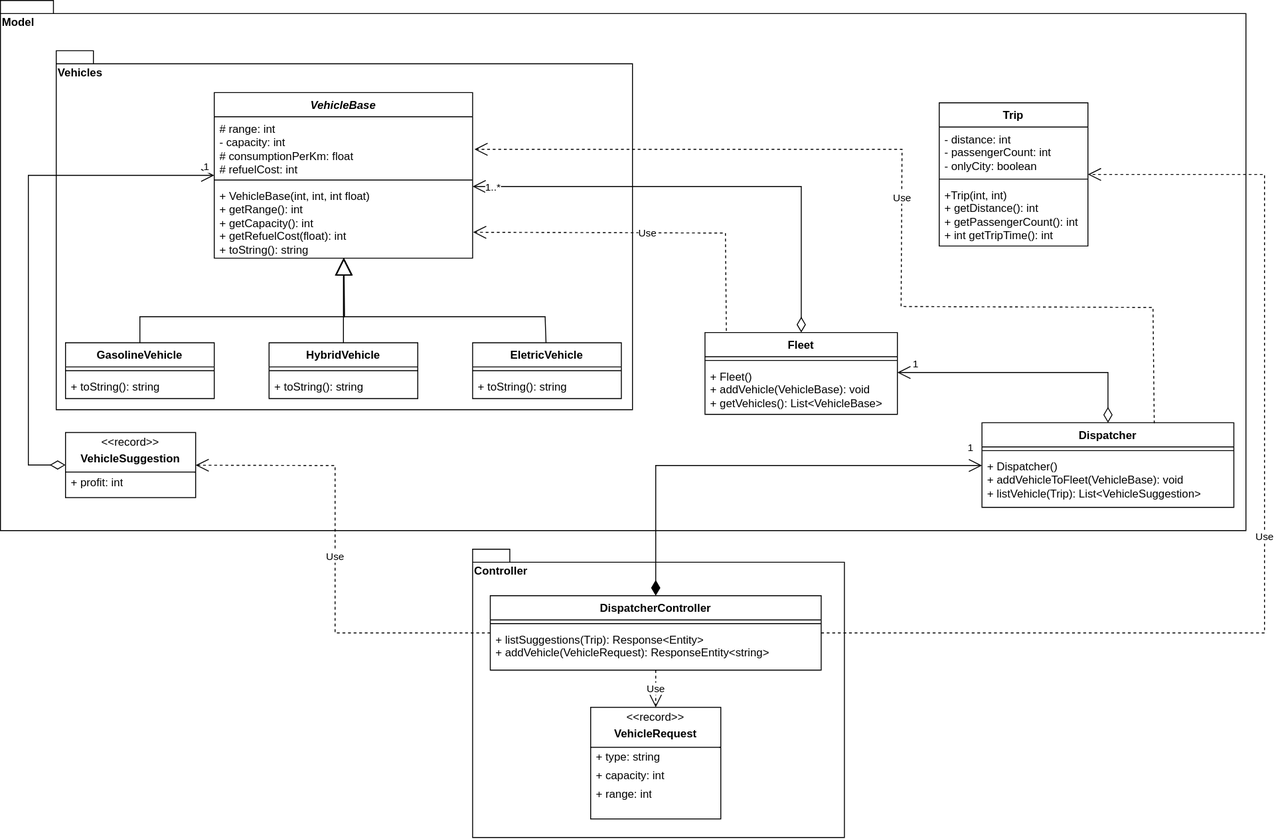
Earlier version of the draw.io export ClassDiagram.svg (csnorbi11/SoftDevInternAssignment). Source tidied: cells renumbered, new cells last; positions are measured from the earlier drawing's top-left corner, leaving out a move shared by most shapes.
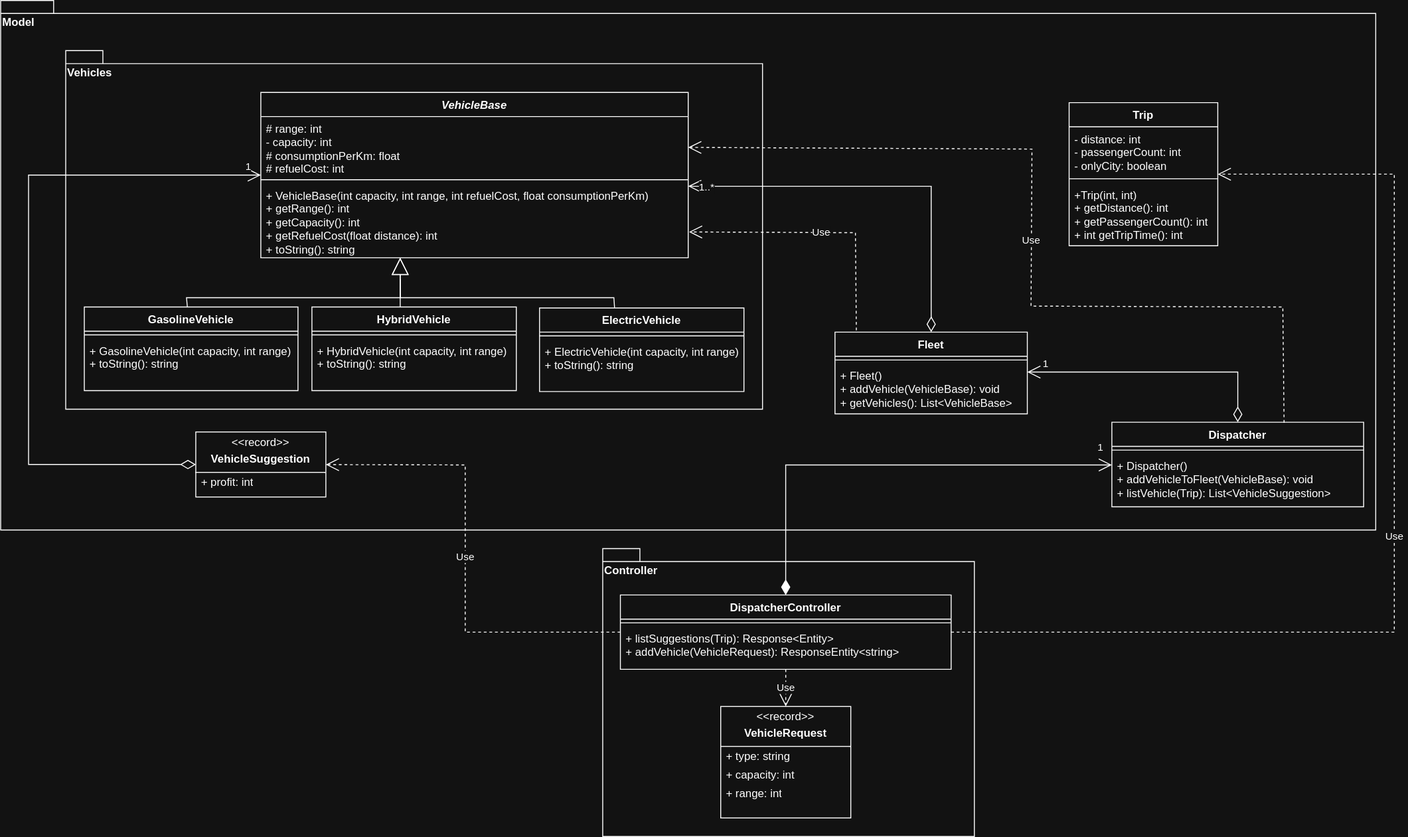
Later version of the same file.

Commit message:
classdiagram updated readme.md almost done

What changed in the source:
```diff
@@ -6,10 +6,10 @@
       <mxGeometry x="508" y="590" width="400" height="310" as="geometry" />
     </mxCell>
     <mxCell id="3" value="Model" style="shape=folder;fontStyle=1;spacingTop=10;tabWidth=40;tabHeight=14;tabPosition=left;html=1;whiteSpace=wrap;verticalAlign=top;align=left;" parent="1" vertex="1">
-      <mxGeometry width="1340" height="570" as="geometry" />
+      <mxGeometry x="-140" width="1480" height="570" as="geometry" />
     </mxCell>
     <mxCell id="4" value="Vehicles" style="shape=folder;fontStyle=1;spacingTop=10;tabWidth=40;tabHeight=14;tabPosition=left;html=1;whiteSpace=wrap;align=left;verticalAlign=top;" parent="1" vertex="1">
-      <mxGeometry x="60" y="54" width="620" height="386" as="geometry" />
+      <mxGeometry x="-70" y="54" width="750" height="386" as="geometry" />
     </mxCell>
     <mxCell id="5" value="Trip" style="swimlane;fontStyle=1;align=center;verticalAlign=top;horizontal=1;startSize=26;whiteSpace=wrap;html=1;" parent="1" vertex="1">
       <mxGeometry x="1010" y="110" width="160" height="154" as="geometry" />
@@ -42,16 +42,16 @@
       <mxGeometry y="34" width="271" height="57" as="geometry" />
     </mxCell>
     <mxCell id="15" value="&lt;i&gt;VehicleBase&lt;/i&gt;" style="swimlane;fontStyle=1;align=center;verticalAlign=top;horizontal=1;startSize=26;whiteSpace=wrap;html=1;" parent="1" vertex="1">
-      <mxGeometry x="230" y="99" width="278" height="178" as="geometry" />
+      <mxGeometry x="140" y="99" width="460" height="178" as="geometry" />
     </mxCell>
     <mxCell id="16" value="# range: int&lt;div&gt;- capacity: int&lt;/div&gt;&lt;div&gt;# consumptionPerKm: float&lt;/div&gt;&lt;div&gt;# refuelCost: int&lt;/div&gt;" style="text;strokeColor=none;fillColor=none;align=left;verticalAlign=top;spacingLeft=4;spacingRight=4;overflow=hidden;points=[[0,0.5],[1,0.5]];portConstraint=eastwest;whiteSpace=wrap;html=1;" parent="15" vertex="1">
-      <mxGeometry y="26" width="278" height="64" as="geometry" />
+      <mxGeometry y="26" width="460" height="64" as="geometry" />
     </mxCell>
     <mxCell id="17" style="line;strokeWidth=1;fillColor=none;align=left;verticalAlign=middle;spacingTop=-1;spacingLeft=3;spacingRight=3;labelPosition=right;strokeColor=inherit;" parent="15" vertex="1">
-      <mxGeometry y="90" width="278" height="8" as="geometry" />
+      <mxGeometry y="90" width="460" height="8" as="geometry" />
     </mxCell>
-    <mxCell id="18" value="+ VehicleBase(int, int, int float)&lt;div&gt;+ getRange(): int&lt;/div&gt;&lt;div&gt;+ getCapacity(): int&lt;/div&gt;&lt;div&gt;+ getRefuelCost(float): int&lt;/div&gt;&lt;div&gt;+ toString(): string&lt;/div&gt;" style="text;strokeColor=none;fillColor=none;align=left;verticalAlign=top;spacingLeft=4;spacingRight=4;overflow=hidden;points=[[0,0.5],[1,0.5]];portConstraint=eastwest;whiteSpace=wrap;html=1;" parent="15" vertex="1">
-      <mxGeometry y="98" width="278" height="80" as="geometry" />
+    <mxCell id="18" value="+ VehicleBase(int capacity, int range, int refuelCost, float consumptionPerKm)&lt;div&gt;+ getRange(): int&lt;/div&gt;&lt;div&gt;+ getCapacity(): int&lt;/div&gt;&lt;div&gt;+ getRefuelCost(float distance): int&lt;/div&gt;&lt;div&gt;+ toString(): string&lt;/div&gt;" style="text;strokeColor=none;fillColor=none;align=left;verticalAlign=top;spacingLeft=4;spacingRight=4;overflow=hidden;points=[[0,0.5],[1,0.5]];portConstraint=eastwest;whiteSpace=wrap;html=1;" parent="15" vertex="1">
+      <mxGeometry y="98" width="460" height="80" as="geometry" />
     </mxCell>
     <mxCell id="19" value="1..*" style="endArrow=open;html=1;endSize=12;startArrow=diamondThin;startSize=14;startFill=0;edgeStyle=orthogonalEdgeStyle;align=left;verticalAlign=bottom;rounded=0;" parent="1" edge="1" source="9" target="15">
       <mxGeometry x="0.95" y="10" relative="1" as="geometry">
@@ -68,51 +68,22 @@
       </mxGeometry>
     </mxCell>
     <mxCell id="21" value="GasolineVehicle" style="swimlane;fontStyle=1;align=center;verticalAlign=top;horizontal=1;startSize=26;whiteSpace=wrap;html=1;" parent="1" vertex="1">
-      <mxGeometry x="70" y="368" width="160" height="60" as="geometry" />
+      <mxGeometry x="-50" y="330" width="230" height="90" as="geometry" />
     </mxCell>
     <mxCell id="22" style="line;strokeWidth=1;fillColor=none;align=left;verticalAlign=middle;spacingTop=-1;spacingLeft=3;spacingRight=3;labelPosition=right;strokeColor=inherit;" parent="21" vertex="1">
-      <mxGeometry y="26" width="160" height="8" as="geometry" />
+      <mxGeometry y="26" width="230" height="8" as="geometry" />
     </mxCell>
-    <mxCell id="23" value="+ toString(): string" style="text;strokeColor=none;fillColor=none;align=left;verticalAlign=top;spacingLeft=4;spacingRight=4;overflow=hidden;whiteSpace=wrap;html=1;" parent="21" vertex="1">
-      <mxGeometry y="34" width="160" height="26" as="geometry" />
+    <mxCell id="23" value="&lt;div&gt;+ GasolineVehicle(int capacity, int range)&lt;/div&gt;+ toString(): string" style="text;strokeColor=none;fillColor=none;align=left;verticalAlign=top;spacingLeft=4;spacingRight=4;overflow=hidden;whiteSpace=wrap;html=1;" parent="21" vertex="1">
+      <mxGeometry y="34" width="230" height="56" as="geometry" />
     </mxCell>
-    <mxCell id="24" value="HybridVehicle" style="swimlane;fontStyle=1;align=center;verticalAlign=top;horizontal=1;startSize=26;whiteSpace=wrap;html=1;" parent="1" vertex="1">
-      <mxGeometry x="289" y="368" width="160" height="60" as="geometry" />
-    </mxCell>
-    <mxCell id="25" style="line;strokeWidth=1;fillColor=none;align=left;verticalAlign=middle;spacingTop=-1;spacingLeft=3;spacingRight=3;labelPosition=right;strokeColor=inherit;" parent="24" vertex="1">
-      <mxGeometry y="26" width="160" height="8" as="geometry" />
-    </mxCell>
-    <mxCell id="26" value="+ toString(): string" style="text;strokeColor=none;fillColor=none;align=left;verticalAlign=top;spacingLeft=4;spacingRight=4;overflow=hidden;whiteSpace=wrap;html=1;" parent="24" vertex="1">
-      <mxGeometry y="34" width="160" height="26" as="geometry" />
-    </mxCell>
-    <mxCell id="27" value="EletricVehicle" style="swimlane;fontStyle=1;align=center;verticalAlign=top;horizontal=1;startSize=26;whiteSpace=wrap;html=1;" parent="1" vertex="1">
-      <mxGeometry x="508" y="368" width="160" height="60" as="geometry" />
-    </mxCell>
-    <mxCell id="28" style="line;strokeWidth=1;fillColor=none;align=left;verticalAlign=middle;spacingTop=-1;spacingLeft=3;spacingRight=3;labelPosition=right;strokeColor=inherit;" parent="27" vertex="1">
-      <mxGeometry y="26" width="160" height="8" as="geometry" />
-    </mxCell>
-    <mxCell id="29" value="+ toString(): string" style="text;strokeColor=none;fillColor=none;align=left;verticalAlign=top;spacingLeft=4;spacingRight=4;overflow=hidden;whiteSpace=wrap;html=1;" parent="27" vertex="1">
-      <mxGeometry y="34" width="160" height="26" as="geometry" />
-    </mxCell>
-    <mxCell id="30" style="endArrow=block;endSize=16;endFill=0;html=1;rounded=0;" parent="1" edge="1" source="21" target="15">
+    <mxCell id="30" style="endArrow=block;endSize=16;endFill=0;html=1;rounded=0;entryX=0.326;entryY=0.997;entryDx=0;entryDy=0;entryPerimeter=0;" parent="1" edge="1" source="21" target="18">
       <mxGeometry relative="1" as="geometry">
         <Array as="points">
-          <mxPoint x="150" y="340" />
-          <mxPoint x="370" y="340" />
+          <mxPoint x="60" y="320" />
+          <mxPoint x="290" y="320" />
         </Array>
       </mxGeometry>
     </mxCell>
-    <mxCell id="31" style="endArrow=block;endSize=16;endFill=0;html=1;rounded=0;" parent="1" edge="1" source="24" target="15">
-      <mxGeometry relative="1" as="geometry" />
-    </mxCell>
-    <mxCell id="32" style="endArrow=block;endSize=16;endFill=0;html=1;rounded=0;" parent="1" edge="1" source="27" target="15">
-      <mxGeometry relative="1" as="geometry">
-        <Array as="points">
-          <mxPoint x="586" y="340" />
-          <mxPoint x="370" y="340" />
-        </Array>
-      </mxGeometry>
-    </mxCell>
     <mxCell id="33" value="DispatcherController" style="swimlane;fontStyle=1;align=center;verticalAlign=top;horizontal=1;startSize=26;whiteSpace=wrap;html=1;" parent="1" vertex="1">
       <mxGeometry x="527" y="640" width="356" height="80" as="geometry" />
     </mxCell>
@@ -136,9 +107,8 @@
         </Array>
       </mxGeometry>
     </mxCell>
-    <mxCell id="38" value="Use" style="endArrow=open;endSize=12;dashed=1;html=1;rounded=0;exitX=0.684;exitY=0.007;exitDx=0;exitDy=0;exitPerimeter=0;" parent="1" edge="1" source="12">
+    <mxCell id="38" value="Use" style="endArrow=open;endSize=12;dashed=1;html=1;rounded=0;exitX=0.684;exitY=0.007;exitDx=0;exitDy=0;exitPerimeter=0;" parent="1" edge="1" source="12" target="16">
       <mxGeometry relative="1" as="geometry">
-        <mxPoint x="510" y="160" as="targetPoint" />
         <Array as="points">
           <mxPoint x="1240" y="330" />
           <mxPoint x="969" y="329" />
@@ -181,8 +151,8 @@
     <mxCell id="48" value="1" style="endArrow=open;html=1;endSize=12;startArrow=diamondThin;startSize=14;startFill=0;edgeStyle=orthogonalEdgeStyle;align=left;verticalAlign=bottom;rounded=0;" parent="1" edge="1" source="46" target="15">
       <mxGeometry x="0.95" relative="1" as="geometry">
         <Array as="points">
-          <mxPoint x="30" y="500" />
-          <mxPoint x="30" y="188" />
+          <mxPoint x="-110" y="500" />
+          <mxPoint x="-110" y="188" />
         </Array>
       </mxGeometry>
     </mxCell>
@@ -197,5 +167,37 @@
     <mxCell id="50" value="Use" style="endArrow=open;endSize=12;dashed=1;html=1;rounded=0;" parent="1" edge="1" source="33" target="41">
       <mxGeometry relative="1" as="geometry" />
     </mxCell>
+    <mxCell id="24" value="HybridVehicle" style="swimlane;fontStyle=1;align=center;verticalAlign=top;horizontal=1;startSize=26;whiteSpace=wrap;html=1;" parent="1" vertex="1">
+      <mxGeometry x="195" y="330" width="220" height="90" as="geometry" />
+    </mxCell>
+    <mxCell id="51" style="line;strokeWidth=1;fillColor=none;align=left;verticalAlign=middle;spacingTop=-1;spacingLeft=3;spacingRight=3;labelPosition=right;strokeColor=inherit;" parent="24" vertex="1">
+      <mxGeometry y="26" width="220" height="8" as="geometry" />
+    </mxCell>
+    <mxCell id="52" value="&lt;div&gt;+ HybridVehicle(int capacity, int range)&lt;/div&gt;+ toString(): string" style="text;strokeColor=none;fillColor=none;align=left;verticalAlign=top;spacingLeft=4;spacingRight=4;overflow=hidden;whiteSpace=wrap;html=1;" parent="24" vertex="1">
+      <mxGeometry y="34" width="220" height="56" as="geometry" />
+    </mxCell>
+    <mxCell id="53" value="ElectricVehicle" style="swimlane;fontStyle=1;align=center;verticalAlign=top;horizontal=1;startSize=26;whiteSpace=wrap;html=1;" parent="1" vertex="1">
+      <mxGeometry x="440" y="331" width="220" height="90" as="geometry" />
+    </mxCell>
+    <mxCell id="54" style="line;strokeWidth=1;fillColor=none;align=left;verticalAlign=middle;spacingTop=-1;spacingLeft=3;spacingRight=3;labelPosition=right;strokeColor=inherit;" parent="53" vertex="1">
+      <mxGeometry y="26" width="220" height="8" as="geometry" />
+    </mxCell>
+    <mxCell id="55" value="&lt;div&gt;+ ElectricVehicle(int capacity, int range)&lt;/div&gt;+ toString(): string" style="text;strokeColor=none;fillColor=none;align=left;verticalAlign=top;spacingLeft=4;spacingRight=4;overflow=hidden;whiteSpace=wrap;html=1;" parent="53" vertex="1">
+      <mxGeometry y="34" width="220" height="56" as="geometry" />
+    </mxCell>
+    <mxCell id="56" style="endArrow=block;endSize=16;endFill=0;html=1;rounded=0;entryX=0.326;entryY=0.997;entryDx=0;entryDy=0;entryPerimeter=0;exitX=0.367;exitY=-0.002;exitDx=0;exitDy=0;exitPerimeter=0;" parent="1" edge="1" source="53">
+      <mxGeometry relative="1" as="geometry">
+        <mxPoint x="290" y="277" as="targetPoint" />
+        <Array as="points">
+          <mxPoint x="520" y="320" />
+          <mxPoint x="290" y="320" />
+        </Array>
+      </mxGeometry>
+    </mxCell>
+    <mxCell id="57" style="endArrow=none;html=1;rounded=0;exitX=0.432;exitY=-0.002;exitDx=0;exitDy=0;exitPerimeter=0;" parent="1" edge="1" source="24">
+      <mxGeometry relative="1" as="geometry">
+        <mxPoint x="290" y="300" as="targetPoint" />
+      </mxGeometry>
+    </mxCell>
   </root>
 </mxGraphModel>
```
